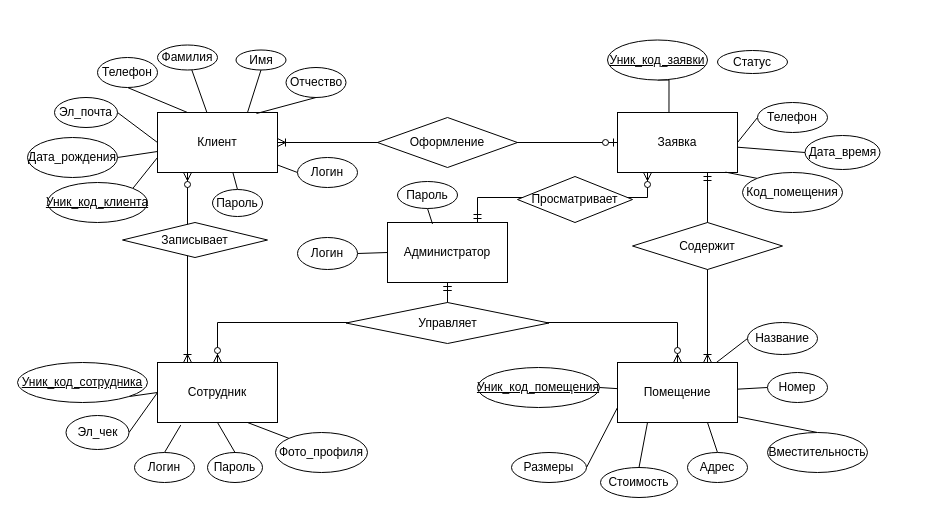
Above: infological_diagram.drawio in Kostilan/obsi_proekt_kushneruk_tokarev (draw.io), before the change. Source tidied: cells renumbered, new cells numbered last; positions are measured from the earlier drawing's top-left corner, leaving out a move shared by most shapes. Both pictures are drawn from the tidied source at 100%, with x=0, y=0 at pixel (17, 40).
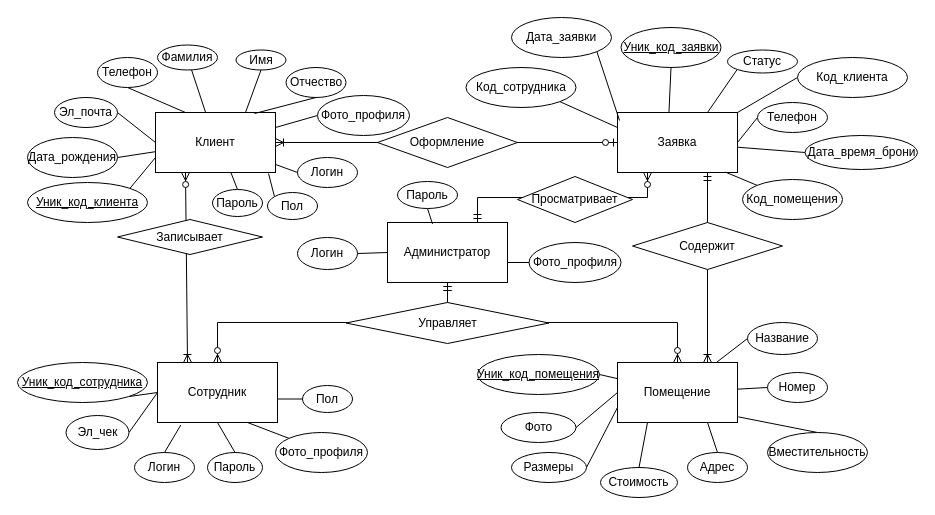
The same diagram, later.

The change refers to these unchanged cells:
```xml
<mxCell id="5" value="Сотрудник" style="rounded=0;whiteSpace=wrap;html=1;" parent="1" vertex="1">
  <mxGeometry x="140" y="322" width="120" height="60" as="geometry" />
</mxCell>
<mxCell id="9" value="Администратор" style="rounded=0;whiteSpace=wrap;html=1;" parent="1" vertex="1">
  <mxGeometry x="370" y="182" width="120" height="60" as="geometry" />
</mxCell>
<mxCell id="10" value="Помещение" style="rounded=0;whiteSpace=wrap;html=1;" parent="1" vertex="1">
  <mxGeometry x="600" y="322" width="120" height="60" as="geometry" />
</mxCell>
<mxCell id="12" value="Заявка" style="rounded=0;whiteSpace=wrap;html=1;" parent="1" vertex="1">
  <mxGeometry x="600" y="72" width="120" height="60" as="geometry" />
</mxCell>
```

The edit, as a diff of the source:
```diff
@@
-    <mxCell id="2" style="edgeStyle=orthogonalEdgeStyle;rounded=0;jettySize=auto;html=1;exitX=0.25;exitY=1;exitDx=0;exitDy=0;entryX=0.25;entryY=0;entryDx=0;entryDy=0;startArrow=ERzeroToMany;startFill=1;endArrow=ERoneToMany;endFill=0;" parent="1" edge="1" source="4" target="5">
+    <mxCell id="2" style="rounded=0;jettySize=auto;html=1;exitX=0.25;exitY=1;exitDx=0;exitDy=0;entryX=0.25;entryY=0;entryDx=0;entryDy=0;startArrow=ERzeroToMany;startFill=1;endArrow=ERoneToMany;endFill=0;" parent="1" edge="1" source="4" target="5">
       <mxGeometry relative="1" as="geometry" />
     </mxCell>
@@
     <mxCell id="4" value="Клиент" style="rounded=0;whiteSpace=wrap;html=1;" parent="1" vertex="1">
-      <mxGeometry x="140" y="72" width="120" height="60" as="geometry" />
+      <mxGeometry x="138" y="72" width="120" height="60" as="geometry" />
     </mxCell>
@@
     <mxCell id="14" value="Записывает" style="rhombus;whiteSpace=wrap;html=1;" parent="1" vertex="1">
-      <mxGeometry x="105" y="182" width="145" height="35" as="geometry" />
+      <mxGeometry x="100" y="179" width="145" height="35" as="geometry" />
     </mxCell>
@@
-    <mxCell id="35" value="Дата_время" style="ellipse;whiteSpace=wrap;html=1;" parent="1" vertex="1">
-      <mxGeometry x="787.5" y="95" width="75" height="34" as="geometry" />
+    <mxCell id="35" value="Дата_время_брони" style="ellipse;whiteSpace=wrap;html=1;" parent="1" vertex="1">
+      <mxGeometry x="787.5" y="95" width="112.5" height="34" as="geometry" />
     </mxCell>
@@
     <mxCell id="37" value="Код_помещения" style="ellipse;whiteSpace=wrap;html=1;" parent="1" vertex="1">
-      <mxGeometry x="725" y="132" width="100" height="40" as="geometry" />
+      <mxGeometry x="725" y="139" width="100" height="40" as="geometry" />
     </mxCell>
@@
-    <mxCell id="64" style="edgeStyle=orthogonalEdgeStyle;rounded=0;jettySize=auto;html=1;exitX=0.5;exitY=1;exitDx=0;exitDy=0;entryX=0.429;entryY=-0.006;entryDx=0;entryDy=0;entryPerimeter=0;endArrow=none;endFill=0;" parent="1" edge="1" source="65" target="12">
+    <mxCell id="64" style="rounded=0;jettySize=auto;html=1;exitX=0.5;exitY=1;exitDx=0;exitDy=0;entryX=0.429;entryY=-0.006;entryDx=0;entryDy=0;entryPerimeter=0;endArrow=none;endFill=0;" parent="1" edge="1" source="65" target="12">
       <mxGeometry relative="1" as="geometry" />
     </mxCell>
     <mxCell id="65" value="Уник_код_заявки" style="ellipse;whiteSpace=wrap;html=1;fontStyle=4;" parent="1" vertex="1">
-      <mxGeometry x="590" y="-0.5" width="100" height="40" as="geometry" />
+      <mxGeometry x="603.5" y="-13" width="100" height="40" as="geometry" />
     </mxCell>
@@
     <mxCell id="67" value="Уник_код_клиента" style="ellipse;whiteSpace=wrap;html=1;fontStyle=4;" parent="1" vertex="1">
-      <mxGeometry x="30" y="142" width="100" height="40" as="geometry" />
+      <mxGeometry x="10" y="142" width="120" height="40" as="geometry" />
     </mxCell>
@@
     <mxCell id="71" value="Уник_код_помещения" style="ellipse;whiteSpace=wrap;html=1;fontStyle=4;" parent="1" vertex="1">
-      <mxGeometry x="460" y="327" width="122" height="40" as="geometry" />
+      <mxGeometry x="460" y="314" width="122" height="40" as="geometry" />
     </mxCell>
+    <mxCell id="73" style="rounded=0;jettySize=auto;html=1;exitX=0;exitY=1;exitDx=0;exitDy=0;entryX=0.75;entryY=0;entryDx=0;entryDy=0;endArrow=none;endFill=0;" parent="1" edge="1" source="72" target="12">
+      <mxGeometry relative="1" as="geometry" />
+    </mxCell>
     <mxCell id="72" value="Статус" style="ellipse;whiteSpace=wrap;html=1;fontStyle=0;" parent="1" vertex="1">
-      <mxGeometry x="700" y="10" width="70" height="23" as="geometry" />
+      <mxGeometry x="710" y="9.5" width="70" height="23" as="geometry" />
     </mxCell>
+    <mxCell id="74" style="rounded=0;jettySize=auto;html=1;exitX=1;exitY=1;exitDx=0;exitDy=0;entryX=0.017;entryY=0.133;entryDx=0;entryDy=0;entryPerimeter=0;endArrow=none;endFill=0;" parent="1" edge="1" source="75" target="12">
+      <mxGeometry relative="1" as="geometry" />
+    </mxCell>
+    <mxCell id="75" value="Дата_заявки" style="ellipse;whiteSpace=wrap;html=1;" parent="1" vertex="1">
+      <mxGeometry x="494" y="-23" width="100" height="40" as="geometry" />
+    </mxCell>
+    <mxCell id="76" style="rounded=0;jettySize=auto;html=1;exitX=0;exitY=0.5;exitDx=0;exitDy=0;entryX=1;entryY=0;entryDx=0;entryDy=0;endArrow=none;endFill=0;" parent="1" edge="1" source="77" target="12">
+      <mxGeometry relative="1" as="geometry" />
+    </mxCell>
+    <mxCell id="77" value="Код_клиента" style="ellipse;whiteSpace=wrap;html=1;" parent="1" vertex="1">
+      <mxGeometry x="780" y="17" width="110" height="40" as="geometry" />
+    </mxCell>
+    <mxCell id="78" style="rounded=0;jettySize=auto;html=1;exitX=1;exitY=0.5;exitDx=0;exitDy=0;entryX=0;entryY=0.5;entryDx=0;entryDy=0;endArrow=none;endFill=0;" parent="1" edge="1" source="79" target="10">
+      <mxGeometry relative="1" as="geometry" />
+    </mxCell>
+    <mxCell id="79" value="Фото" style="ellipse;whiteSpace=wrap;html=1;" parent="1" vertex="1">
+      <mxGeometry x="483.5" y="372" width="75" height="30" as="geometry" />
+    </mxCell>
+    <mxCell id="80" style="rounded=0;jettySize=auto;html=1;exitX=0;exitY=0.5;exitDx=0;exitDy=0;entryX=1;entryY=0.25;entryDx=0;entryDy=0;endArrow=none;endFill=0;" parent="1" edge="1" source="81" target="4">
+      <mxGeometry relative="1" as="geometry" />
+    </mxCell>
+    <mxCell id="81" value="Фото_профиля" style="ellipse;whiteSpace=wrap;html=1;" parent="1" vertex="1">
+      <mxGeometry x="300" y="55" width="92" height="40" as="geometry" />
+    </mxCell>
+    <mxCell id="82" style="rounded=0;jettySize=auto;html=1;exitX=0;exitY=0;exitDx=0;exitDy=0;entryX=0.942;entryY=1.017;entryDx=0;entryDy=0;entryPerimeter=0;endArrow=none;endFill=0;" parent="1" edge="1" source="83" target="4">
+      <mxGeometry relative="1" as="geometry" />
+    </mxCell>
+    <mxCell id="83" value="Пол" style="ellipse;whiteSpace=wrap;html=1;" parent="1" vertex="1">
+      <mxGeometry x="250" y="152" width="50" height="27" as="geometry" />
+    </mxCell>
+    <mxCell id="84" style="edgeStyle=orthogonalEdgeStyle;rounded=0;jettySize=auto;html=1;exitX=0;exitY=0.5;exitDx=0;exitDy=0;entryX=1;entryY=0.5;entryDx=0;entryDy=0;endArrow=none;endFill=0;" parent="1" edge="1" source="85" target="5">
+      <mxGeometry relative="1" as="geometry" />
+    </mxCell>
+    <mxCell id="85" value="Пол" style="ellipse;whiteSpace=wrap;html=1;" parent="1" vertex="1">
+      <mxGeometry x="285" y="345" width="50" height="27" as="geometry" />
+    </mxCell>
+    <mxCell id="86" style="edgeStyle=orthogonalEdgeStyle;rounded=0;jettySize=auto;html=1;exitX=0;exitY=0.5;exitDx=0;exitDy=0;entryX=1;entryY=0.75;entryDx=0;entryDy=0;endArrow=none;endFill=0;" parent="1" edge="1" source="87" target="9">
+      <mxGeometry relative="1" as="geometry" />
+    </mxCell>
+    <mxCell id="87" value="Фото_профиля" style="ellipse;whiteSpace=wrap;html=1;" parent="1" vertex="1">
+      <mxGeometry x="511.5" y="202" width="92" height="40" as="geometry" />
+    </mxCell>
+    <mxCell id="88" style="rounded=0;jettySize=auto;html=1;exitX=1;exitY=1;exitDx=0;exitDy=0;entryX=0;entryY=0.25;entryDx=0;entryDy=0;endArrow=none;endFill=0;" parent="1" edge="1" source="89" target="12">
+      <mxGeometry relative="1" as="geometry" />
+    </mxCell>
+    <mxCell id="89" value="Код_сотрудника" style="ellipse;whiteSpace=wrap;html=1;" parent="1" vertex="1">
+      <mxGeometry x="448.5" y="27" width="110" height="40" as="geometry" />
+    </mxCell>
```
